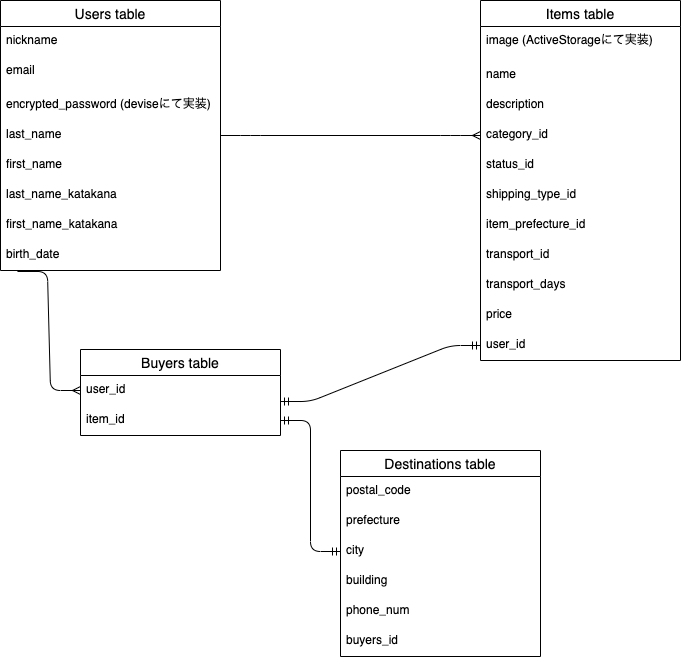
Danke1732/furima-31709 keeps this draw.io diagram as furima_er.drawio.png. Above is the earlier version. Source tidied: cells renumbered, new cells last; positions are measured from the earlier drawing's top-left corner, leaving out a move shared by most shapes.
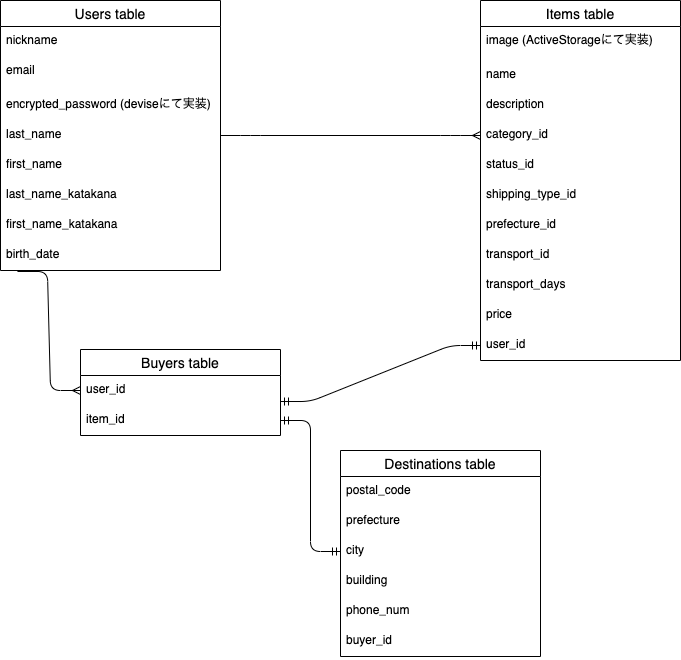
The same diagram one commit later.

Commit message:
ER図のitemsテーブルとdestinationsテーブルのカラム名修正

Change to the diagram source:
```diff
@@ -23,7 +23,7 @@
     <mxCell id="8" value="shipping_type_id" style="text;strokeColor=none;fillColor=none;spacingLeft=4;spacingRight=4;overflow=hidden;fontSize=12;" parent="2" vertex="1">
       <mxGeometry y="180" width="200" height="30" as="geometry" />
     </mxCell>
-    <mxCell id="9" value="item_prefecture_id" style="text;strokeColor=none;fillColor=none;spacingLeft=4;spacingRight=4;overflow=hidden;fontSize=12;" parent="2" vertex="1">
+    <mxCell id="9" value="prefecture_id" style="text;strokeColor=none;fillColor=none;spacingLeft=4;spacingRight=4;overflow=hidden;fontSize=12;" parent="2" vertex="1">
       <mxGeometry y="210" width="200" height="30" as="geometry" />
     </mxCell>
     <mxCell id="10" value="transport_id" style="text;strokeColor=none;fillColor=none;spacingLeft=4;spacingRight=4;overflow=hidden;fontSize=12;" parent="2" vertex="1">
@@ -107,7 +107,7 @@
     <mxCell id="34" value="phone_num" style="text;strokeColor=none;fillColor=none;spacingLeft=4;spacingRight=4;overflow=hidden;fontSize=12;" parent="29" vertex="1">
       <mxGeometry y="146" width="200" height="30" as="geometry" />
     </mxCell>
-    <mxCell id="35" value="buyers_id" style="text;strokeColor=none;fillColor=none;spacingLeft=4;spacingRight=4;overflow=hidden;fontSize=12;" parent="29" vertex="1">
+    <mxCell id="35" value="buyer_id" style="text;strokeColor=none;fillColor=none;spacingLeft=4;spacingRight=4;overflow=hidden;fontSize=12;" parent="29" vertex="1">
       <mxGeometry y="176" width="200" height="30" as="geometry" />
     </mxCell>
     <mxCell id="36" style="edgeStyle=entityRelationEdgeStyle;fontSize=12;html=1;endArrow=ERmandOne;startArrow=ERmandOne;entryX=0;entryY=0.5;entryDx=0;entryDy=0;" parent="1" edge="1" target="32">
```
